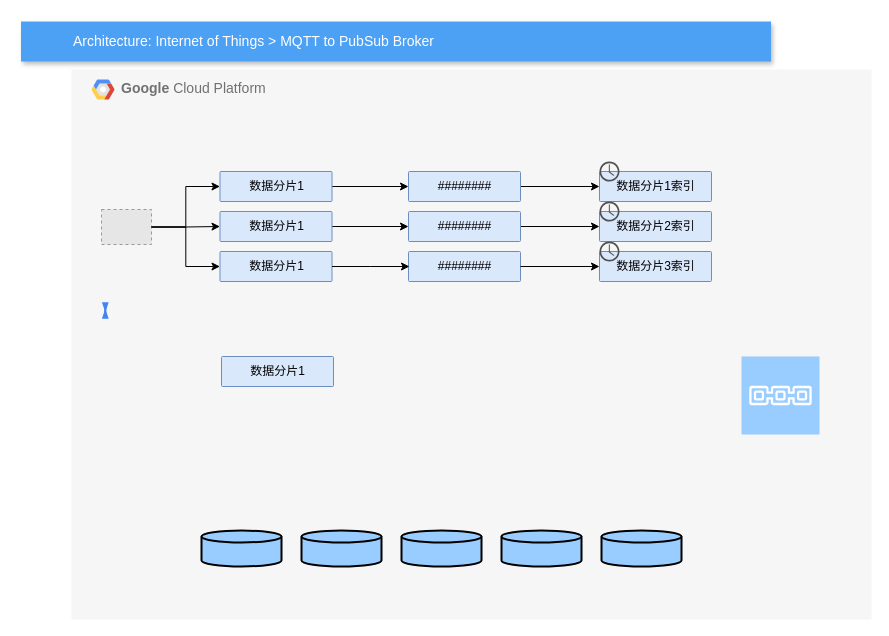
Before: 数据连续切片.drawio in qqshow/drawio, a draw.io diagram. Source tidied: cells renumbered, new cells numbered last; positions are measured from the earlier drawing's top-left corner, leaving out a move shared by most shapes. Both pictures are drawn from the tidied source at 100%, with x=0, y=0 at pixel (21, 21). Pictures stored in the file or linked from it are replaced by grey dashed boxes.
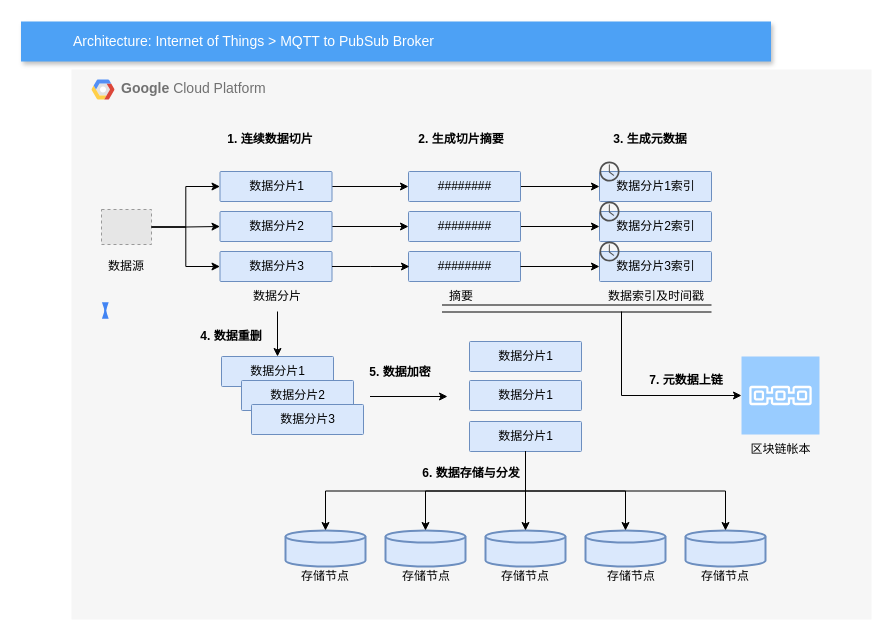
The same diagram, later.

Commit message (it also covers changes not shown here):
Update 数据连续切片.drawio

The change refers to these unchanged cells:
```xml
<mxCell id="2" value="&lt;b&gt;Google &lt;/b&gt;Cloud Platform" style="fillColor=#F6F6F6;strokeColor=none;shadow=0;gradientColor=none;fontSize=14;align=left;spacing=10;fontColor=#717171;9E9E9E;verticalAlign=top;spacingTop=-4;fontStyle=0;spacingLeft=40;html=1;" parent="1" vertex="1">
  <mxGeometry x="50" y="48" width="800" height="550" as="geometry" />
</mxCell>
<mxCell id="5" style="sketch=0;points=[[0,0,0],[0.25,0,0],[0.5,0,0],[0.75,0,0],[1,0,0],[0,1,0],[0.25,1,0],[0.5,1,0],[0.75,1,0],[1,1,0],[0,0.25,0],[0,0.5,0],[0,0.75,0],[1,0.25,0],[1,0.5,0],[1,0.75,0]];outlineConnect=0;fontColor=#232F3E;gradientColor=none;gradientDirection=north;fillColor=#99CCFF;strokeColor=#ffffff;dashed=0;verticalLabelPosition=bottom;verticalAlign=top;align=center;html=1;fontSize=12;fontStyle=0;shape=mxgraph.aws4.resourceIcon;resIcon=mxgraph.aws4.blockchain;shadow=0;" parent="2" vertex="1">
  <mxGeometry x="670" y="287" width="78" height="78" as="geometry" />
</mxCell>
```

What changed in the source:
```diff
@@
-    <mxCell id="6" style="strokeWidth=2;html=1;shape=mxgraph.flowchart.database;whiteSpace=wrap;shadow=0;fontColor=#000000;fillColor=#99CCFF;gradientColor=none;" parent="2" vertex="1">
-      <mxGeometry x="130" y="461" width="80" height="36" as="geometry" />
+    <mxCell id="6" style="strokeWidth=2;html=1;shape=mxgraph.flowchart.database;whiteSpace=wrap;shadow=0;fillColor=#dae8fc;strokeColor=#6c8ebf;" parent="2" vertex="1">
+      <mxGeometry x="214" y="461" width="80" height="36" as="geometry" />
     </mxCell>
-    <mxCell id="7" style="strokeWidth=2;html=1;shape=mxgraph.flowchart.database;whiteSpace=wrap;shadow=0;fontColor=#000000;fillColor=#99CCFF;gradientColor=none;" parent="2" vertex="1">
-      <mxGeometry x="430" y="461" width="80" height="36" as="geometry" />
+    <mxCell id="7" style="strokeWidth=2;html=1;shape=mxgraph.flowchart.database;whiteSpace=wrap;shadow=0;fillColor=#dae8fc;strokeColor=#6c8ebf;" parent="2" vertex="1">
+      <mxGeometry x="514" y="461" width="80" height="36" as="geometry" />
     </mxCell>
-    <mxCell id="8" style="strokeWidth=2;html=1;shape=mxgraph.flowchart.database;whiteSpace=wrap;shadow=0;fontColor=#000000;fillColor=#99CCFF;gradientColor=none;" parent="2" vertex="1">
-      <mxGeometry x="330" y="461" width="80" height="36" as="geometry" />
+    <mxCell id="8" style="strokeWidth=2;html=1;shape=mxgraph.flowchart.database;whiteSpace=wrap;shadow=0;fillColor=#dae8fc;strokeColor=#6c8ebf;" parent="2" vertex="1">
+      <mxGeometry x="414" y="461" width="80" height="36" as="geometry" />
     </mxCell>
-    <mxCell id="9" style="strokeWidth=2;html=1;shape=mxgraph.flowchart.database;whiteSpace=wrap;shadow=0;fontColor=#000000;fillColor=#99CCFF;gradientColor=none;" parent="2" vertex="1">
-      <mxGeometry x="530" y="461" width="80" height="36" as="geometry" />
+    <mxCell id="9" style="strokeWidth=2;html=1;shape=mxgraph.flowchart.database;whiteSpace=wrap;shadow=0;fillColor=#dae8fc;strokeColor=#6c8ebf;" parent="2" vertex="1">
+      <mxGeometry x="614" y="461" width="80" height="36" as="geometry" />
     </mxCell>
-    <mxCell id="10" style="strokeWidth=2;html=1;shape=mxgraph.flowchart.database;whiteSpace=wrap;shadow=0;fontColor=#000000;fillColor=#99CCFF;gradientColor=none;" parent="2" vertex="1">
-      <mxGeometry x="230" y="461" width="80" height="36" as="geometry" />
+    <mxCell id="10" style="strokeWidth=2;html=1;shape=mxgraph.flowchart.database;whiteSpace=wrap;shadow=0;fillColor=#dae8fc;strokeColor=#6c8ebf;" parent="2" vertex="1">
+      <mxGeometry x="314" y="461" width="80" height="36" as="geometry" />
     </mxCell>
@@
+    <mxCell id="36" value="&lt;span style=&quot;font-size: 12px ; text-align: left&quot;&gt;数据分片2&lt;/span&gt;" style="shadow=0;strokeWidth=1;rounded=1;absoluteArcSize=1;arcSize=2;fontSize=10;align=center;html=1;fillColor=#dae8fc;strokeColor=#6c8ebf;" parent="2" vertex="1">
+      <mxGeometry x="170" y="311" width="112" height="30" as="geometry" />
+    </mxCell>
+    <mxCell id="37" value="&lt;span style=&quot;font-size: 12px ; text-align: left&quot;&gt;数据分片3&lt;/span&gt;" style="shadow=0;strokeWidth=1;rounded=1;absoluteArcSize=1;arcSize=2;fontSize=10;align=center;html=1;fillColor=#dae8fc;strokeColor=#6c8ebf;" parent="2" vertex="1">
+      <mxGeometry x="180" y="335" width="112" height="30" as="geometry" />
+    </mxCell>
+    <mxCell id="38" value="&lt;span style=&quot;font-size: 12px ; text-align: left&quot;&gt;数据分片1&lt;/span&gt;" style="shadow=0;strokeWidth=1;rounded=1;absoluteArcSize=1;arcSize=2;fontSize=10;align=center;html=1;fillColor=#dae8fc;strokeColor=#6c8ebf;" parent="2" vertex="1">
+      <mxGeometry x="398" y="272" width="112" height="30" as="geometry" />
+    </mxCell>
+    <mxCell id="39" value="&lt;span style=&quot;font-size: 12px ; text-align: left&quot;&gt;数据分片1&lt;/span&gt;" style="shadow=0;strokeWidth=1;rounded=1;absoluteArcSize=1;arcSize=2;fontSize=10;align=center;html=1;fillColor=#dae8fc;strokeColor=#6c8ebf;" parent="2" vertex="1">
+      <mxGeometry x="398" y="311" width="112" height="30" as="geometry" />
+    </mxCell>
+    <mxCell id="40" style="edgeStyle=orthogonalEdgeStyle;rounded=0;jettySize=auto;html=1;fontColor=#000000;strokeColor=#000000;entryX=0.5;entryY=0;entryDx=0;entryDy=0;entryPerimeter=0;exitX=0.5;exitY=1;exitDx=0;exitDy=0;" parent="2" edge="1" source="41" target="6">
+      <mxGeometry relative="1" as="geometry" />
+    </mxCell>
+    <mxCell id="41" value="&lt;span style=&quot;font-size: 12px ; text-align: left&quot;&gt;数据分片1&lt;/span&gt;" style="shadow=0;strokeWidth=1;rounded=1;absoluteArcSize=1;arcSize=2;fontSize=10;align=center;html=1;fillColor=#dae8fc;strokeColor=#6c8ebf;" parent="2" vertex="1">
+      <mxGeometry x="398" y="352" width="112" height="30" as="geometry" />
+    </mxCell>
+    <mxCell id="42" style="edgeStyle=orthogonalEdgeStyle;rounded=0;jettySize=auto;html=1;fontColor=#000000;strokeColor=#000000;entryX=0.5;entryY=0;entryDx=0;entryDy=0;entryPerimeter=0;exitX=0.5;exitY=1;exitDx=0;exitDy=0;" parent="2" edge="1" source="41" target="10">
+      <mxGeometry relative="1" as="geometry" />
+    </mxCell>
+    <mxCell id="43" style="edgeStyle=orthogonalEdgeStyle;rounded=0;jettySize=auto;html=1;fontColor=#000000;strokeColor=#000000;entryX=0.5;entryY=0;entryDx=0;entryDy=0;entryPerimeter=0;exitX=0.5;exitY=1;exitDx=0;exitDy=0;" parent="2" edge="1" source="41" target="8">
+      <mxGeometry relative="1" as="geometry" />
+    </mxCell>
+    <mxCell id="44" style="edgeStyle=orthogonalEdgeStyle;rounded=0;jettySize=auto;html=1;fontColor=#000000;strokeColor=#000000;entryX=0.5;entryY=0;entryDx=0;entryDy=0;entryPerimeter=0;exitX=0.5;exitY=1;exitDx=0;exitDy=0;" parent="2" edge="1" source="41" target="7">
+      <mxGeometry relative="1" as="geometry" />
+    </mxCell>
+    <mxCell id="45" style="edgeStyle=orthogonalEdgeStyle;rounded=0;jettySize=auto;html=1;fontColor=#000000;strokeColor=#000000;entryX=0.5;entryY=0;entryDx=0;entryDy=0;entryPerimeter=0;exitX=0.5;exitY=1;exitDx=0;exitDy=0;" parent="2" edge="1" source="41" target="9">
+      <mxGeometry relative="1" as="geometry" />
+    </mxCell>
+    <mxCell id="46" value="数据源" style="text;html=1;strokeColor=none;fillColor=none;align=center;verticalAlign=middle;whiteSpace=wrap;rounded=0;shadow=0;fontColor=#000000;" parent="2" vertex="1">
+      <mxGeometry x="25" y="182" width="60" height="30" as="geometry" />
+    </mxCell>
+    <mxCell id="47" value="数据分片" style="text;html=1;strokeColor=none;fillColor=none;align=center;verticalAlign=middle;whiteSpace=wrap;rounded=0;shadow=0;fontColor=#000000;" parent="2" vertex="1">
+      <mxGeometry x="176" y="212" width="60" height="30" as="geometry" />
+    </mxCell>
+    <mxCell id="48" value="摘要" style="text;html=1;strokeColor=none;fillColor=none;align=center;verticalAlign=middle;whiteSpace=wrap;rounded=0;shadow=0;fontColor=#000000;" parent="2" vertex="1">
+      <mxGeometry x="360" y="212" width="60" height="30" as="geometry" />
+    </mxCell>
+    <mxCell id="49" value="数据索引及时间戳" style="text;html=1;strokeColor=none;fillColor=none;align=center;verticalAlign=middle;whiteSpace=wrap;rounded=0;shadow=0;fontColor=#000000;" parent="2" vertex="1">
+      <mxGeometry x="530" y="212" width="110" height="30" as="geometry" />
+    </mxCell>
+    <mxCell id="50" value="存储节点" style="text;html=1;strokeColor=none;fillColor=none;align=center;verticalAlign=middle;whiteSpace=wrap;rounded=0;shadow=0;fontColor=#000000;" parent="2" vertex="1">
+      <mxGeometry x="224" y="492" width="60" height="30" as="geometry" />
+    </mxCell>
+    <mxCell id="51" value="存储节点" style="text;html=1;strokeColor=none;fillColor=none;align=center;verticalAlign=middle;whiteSpace=wrap;rounded=0;shadow=0;fontColor=#000000;" parent="2" vertex="1">
+      <mxGeometry x="325" y="492" width="60" height="30" as="geometry" />
+    </mxCell>
+    <mxCell id="52" value="存储节点" style="text;html=1;strokeColor=none;fillColor=none;align=center;verticalAlign=middle;whiteSpace=wrap;rounded=0;shadow=0;fontColor=#000000;" parent="2" vertex="1">
+      <mxGeometry x="424" y="492" width="60" height="30" as="geometry" />
+    </mxCell>
+    <mxCell id="53" value="存储节点" style="text;html=1;strokeColor=none;fillColor=none;align=center;verticalAlign=middle;whiteSpace=wrap;rounded=0;shadow=0;fontColor=#000000;" parent="2" vertex="1">
+      <mxGeometry x="530" y="492" width="60" height="30" as="geometry" />
+    </mxCell>
+    <mxCell id="54" value="存储节点" style="text;html=1;strokeColor=none;fillColor=none;align=center;verticalAlign=middle;whiteSpace=wrap;rounded=0;shadow=0;fontColor=#000000;" parent="2" vertex="1">
+      <mxGeometry x="624" y="492" width="60" height="30" as="geometry" />
+    </mxCell>
+    <mxCell id="55" value="区块链帐本" style="text;html=1;strokeColor=none;fillColor=none;align=center;verticalAlign=middle;whiteSpace=wrap;rounded=0;shadow=0;fontColor=#000000;" parent="2" vertex="1">
+      <mxGeometry x="674" y="365" width="71" height="30" as="geometry" />
+    </mxCell>
+    <mxCell id="56" value="7. 元数据上链" style="text;html=1;strokeColor=none;fillColor=none;align=center;verticalAlign=middle;whiteSpace=wrap;rounded=0;shadow=0;fontColor=#000000;fontStyle=1;" parent="2" vertex="1">
+      <mxGeometry x="570" y="296" width="90" height="30" as="geometry" />
+    </mxCell>
+    <mxCell id="57" value="1. 连续数据切片" style="text;html=1;strokeColor=none;fillColor=none;align=center;verticalAlign=middle;whiteSpace=wrap;rounded=0;shadow=0;fontColor=#000000;fontStyle=1;" parent="2" vertex="1">
+      <mxGeometry x="154" y="55" width="90" height="30" as="geometry" />
+    </mxCell>
+    <mxCell id="58" value="2. 生成切片摘要" style="text;html=1;strokeColor=none;fillColor=none;align=center;verticalAlign=middle;whiteSpace=wrap;rounded=0;shadow=0;fontColor=#000000;fontStyle=1;" parent="2" vertex="1">
+      <mxGeometry x="345" y="55" width="90" height="30" as="geometry" />
+    </mxCell>
+    <mxCell id="59" value="3. 生成元数据" style="text;html=1;strokeColor=none;fillColor=none;align=center;verticalAlign=middle;whiteSpace=wrap;rounded=0;shadow=0;fontColor=#000000;fontStyle=1;" parent="2" vertex="1">
+      <mxGeometry x="534" y="55" width="90" height="30" as="geometry" />
+    </mxCell>
+    <mxCell id="60" value="4. 数据重删" style="text;html=1;strokeColor=none;fillColor=none;align=center;verticalAlign=middle;whiteSpace=wrap;rounded=0;shadow=0;fontColor=#000000;fontStyle=1;" parent="2" vertex="1">
+      <mxGeometry x="115" y="252" width="90" height="30" as="geometry" />
+    </mxCell>
+    <mxCell id="61" value="5. 数据加密" style="text;html=1;strokeColor=none;fillColor=none;align=center;verticalAlign=middle;whiteSpace=wrap;rounded=0;shadow=0;fontColor=#000000;fontStyle=1;" parent="2" vertex="1">
+      <mxGeometry x="284" y="288" width="90" height="30" as="geometry" />
+    </mxCell>
+    <mxCell id="62" value="6. 数据存储与分发" style="text;html=1;strokeColor=none;fillColor=none;align=center;verticalAlign=middle;whiteSpace=wrap;rounded=0;shadow=0;fontColor=#000000;fontStyle=1;" parent="2" vertex="1">
+      <mxGeometry x="350" y="389" width="100" height="30" as="geometry" />
+    </mxCell>
@@
+    <mxCell id="63" style="edgeStyle=orthogonalEdgeStyle;rounded=0;orthogonalLoop=1;jettySize=auto;html=1;fontColor=#000000;strokeColor=#000000;entryX=0.5;entryY=0;entryDx=0;entryDy=0;" parent="1" edge="1">
+      <mxGeometry relative="1" as="geometry">
+        <mxPoint x="256" y="290" as="sourcePoint" />
+        <mxPoint x="256" y="335" as="targetPoint" />
+      </mxGeometry>
+    </mxCell>
-    <mxCell id="17" value="&lt;span style=&quot;font-size: 12px ; text-align: left&quot;&gt;数据分片1&lt;/span&gt;" style="shadow=0;strokeWidth=1;rounded=1;absoluteArcSize=1;arcSize=2;fontSize=10;align=center;html=1;fillColor=#dae8fc;strokeColor=#6c8ebf;" parent="1" vertex="1">
+    <mxCell id="17" value="&lt;span style=&quot;font-size: 12px ; text-align: left&quot;&gt;数据分片3&lt;/span&gt;" style="shadow=0;strokeWidth=1;rounded=1;absoluteArcSize=1;arcSize=2;fontSize=10;align=center;html=1;fillColor=#dae8fc;strokeColor=#6c8ebf;" parent="1" vertex="1">
       <mxGeometry x="198.5" y="230" width="112" height="30" as="geometry" />
     </mxCell>
@@
-    <mxCell id="19" value="&lt;span style=&quot;font-size: 12px ; text-align: left&quot;&gt;数据分片1&lt;/span&gt;" style="shadow=0;strokeWidth=1;rounded=1;absoluteArcSize=1;arcSize=2;fontSize=10;align=center;html=1;fillColor=#dae8fc;strokeColor=#6c8ebf;" parent="1" vertex="1">
+    <mxCell id="19" value="&lt;span style=&quot;font-size: 12px ; text-align: left&quot;&gt;数据分片2&lt;/span&gt;" style="shadow=0;strokeWidth=1;rounded=1;absoluteArcSize=1;arcSize=2;fontSize=10;align=center;html=1;fillColor=#dae8fc;strokeColor=#6c8ebf;" parent="1" vertex="1">
       <mxGeometry x="198.5" y="190" width="112" height="30" as="geometry" />
     </mxCell>
@@
+    <mxCell id="64" style="edgeStyle=orthogonalEdgeStyle;rounded=0;orthogonalLoop=1;jettySize=auto;html=1;fontColor=#000000;" parent="1" edge="1">
+      <mxGeometry relative="1" as="geometry">
+        <mxPoint x="348.5" y="375" as="sourcePoint" />
+        <mxPoint x="426" y="375" as="targetPoint" />
+        <Array as="points">
+          <mxPoint x="426" y="375" />
+        </Array>
+      </mxGeometry>
+    </mxCell>
+    <mxCell id="65" style="edgeStyle=orthogonalEdgeStyle;rounded=0;orthogonalLoop=1;jettySize=auto;html=1;fontColor=#000000;shape=link;width=7;entryX=1;entryY=1;entryDx=0;entryDy=0;" parent="1" edge="1">
+      <mxGeometry relative="1" as="geometry">
+        <mxPoint x="420.5" y="287" as="sourcePoint" />
+        <mxPoint x="690" y="287" as="targetPoint" />
+      </mxGeometry>
+    </mxCell>
+    <mxCell id="66" style="edgeStyle=orthogonalEdgeStyle;rounded=0;jettySize=auto;html=1;fontColor=#000000;entryX=0;entryY=0.5;entryDx=0;entryDy=0;entryPerimeter=0;" parent="1" edge="1" target="5">
+      <mxGeometry relative="1" as="geometry">
+        <mxPoint x="600" y="290" as="sourcePoint" />
+        <Array as="points">
+          <mxPoint x="600" y="374" />
+        </Array>
+      </mxGeometry>
+    </mxCell>
```
